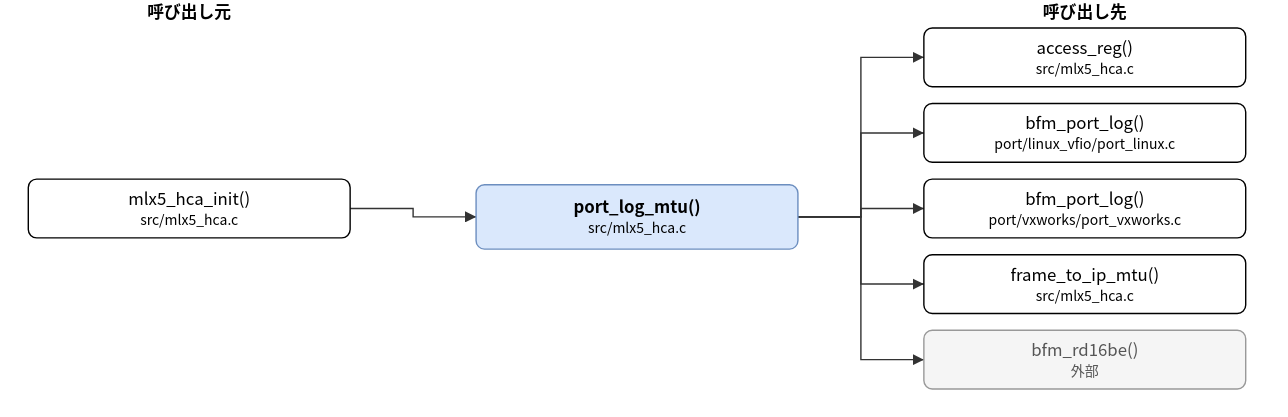
The draw.io diagram doc/spec/images/call_src_mlx5_hca-port_log_mtu.drawio.svg in hf355051012-ai/bfmem, before a commit. Source tidied: cells renumbered, new cells last; positions are measured from the earlier drawing's top-left corner, leaving out a move shared by most shapes. Source of this version:
```xml
<mxGraphModel>
  <root>
    <mxCell id="0" />
    <mxCell id="1" parent="0" />
    <mxCell id="2" value="port_log_mtu()&lt;br&gt;&lt;font style=&quot;font-size:10px&quot;&gt;src/mlx5_hca.c&lt;/font&gt;" style="rounded=1;whiteSpace=wrap;html=1;fillColor=#dae8fc;strokeColor=#6c8ebf;fontStyle=1;" parent="1" vertex="1">
      <mxGeometry x="320" y="132" width="230" height="46" as="geometry" />
    </mxCell>
    <mxCell id="3" value="mlx5_hca_init()&lt;br&gt;&lt;font style=&quot;font-size:10px&quot;&gt;src/mlx5_hca.c&lt;/font&gt;" style="rounded=1;whiteSpace=wrap;html=1;" parent="1" vertex="1">
      <mxGeometry y="128" width="230" height="42" as="geometry" />
    </mxCell>
    <mxCell id="4" value="access_reg()&lt;br&gt;&lt;font style=&quot;font-size:10px&quot;&gt;src/mlx5_hca.c&lt;/font&gt;" style="rounded=1;whiteSpace=wrap;html=1;" parent="1" vertex="1">
      <mxGeometry x="640" y="20" width="230" height="42" as="geometry" />
    </mxCell>
    <mxCell id="5" value="bfm_port_log()&lt;br&gt;&lt;font style=&quot;font-size:10px&quot;&gt;port/linux_vfio/port_linux.c&lt;/font&gt;" style="rounded=1;whiteSpace=wrap;html=1;" parent="1" vertex="1">
      <mxGeometry x="640" y="74" width="230" height="42" as="geometry" />
    </mxCell>
    <mxCell id="6" value="bfm_port_log()&lt;br&gt;&lt;font style=&quot;font-size:10px&quot;&gt;port/vxworks/port_vxworks.c&lt;/font&gt;" style="rounded=1;whiteSpace=wrap;html=1;" parent="1" vertex="1">
      <mxGeometry x="640" y="128" width="230" height="42" as="geometry" />
    </mxCell>
    <mxCell id="7" value="frame_to_ip_mtu()&lt;br&gt;&lt;font style=&quot;font-size:10px&quot;&gt;src/mlx5_hca.c&lt;/font&gt;" style="rounded=1;whiteSpace=wrap;html=1;" parent="1" vertex="1">
      <mxGeometry x="640" y="182" width="230" height="42" as="geometry" />
    </mxCell>
    <mxCell id="8" value="bfm_rd16be()&lt;br&gt;&lt;font style=&quot;font-size:10px&quot;&gt;外部&lt;/font&gt;" style="rounded=1;whiteSpace=wrap;html=1;fillColor=#f5f5f5;strokeColor=#999999;fontColor=#555555;" parent="1" vertex="1">
      <mxGeometry x="640" y="236" width="230" height="42" as="geometry" />
    </mxCell>
    <mxCell id="9" style="edgeStyle=none;html=1;rounded=0;endArrow=block;endFill=1;exitX=1.0000;exitY=0.5000;exitDx=0;exitDy=0;exitPerimeter=0;entryX=0.0000;entryY=0.5000;entryDx=0;entryDy=0;entryPerimeter=0;" parent="1" edge="1" source="3" target="2">
      <mxGeometry relative="1" as="geometry">
        <Array as="points">
          <mxPoint x="275" y="149" />
          <mxPoint x="275" y="155" />
        </Array>
      </mxGeometry>
    </mxCell>
    <mxCell id="10" style="edgeStyle=none;html=1;rounded=0;endArrow=block;endFill=1;exitX=1.0000;exitY=0.5000;exitDx=0;exitDy=0;exitPerimeter=0;entryX=0.0000;entryY=0.5000;entryDx=0;entryDy=0;entryPerimeter=0;" parent="1" edge="1" source="2" target="4">
      <mxGeometry relative="1" as="geometry">
        <Array as="points">
          <mxPoint x="595" y="155" />
          <mxPoint x="595" y="41" />
        </Array>
      </mxGeometry>
    </mxCell>
    <mxCell id="11" style="edgeStyle=none;html=1;rounded=0;endArrow=block;endFill=1;exitX=1.0000;exitY=0.5000;exitDx=0;exitDy=0;exitPerimeter=0;entryX=0.0000;entryY=0.5000;entryDx=0;entryDy=0;entryPerimeter=0;" parent="1" edge="1" source="2" target="5">
      <mxGeometry relative="1" as="geometry">
        <Array as="points">
          <mxPoint x="595" y="155" />
          <mxPoint x="595" y="95" />
        </Array>
      </mxGeometry>
    </mxCell>
    <mxCell id="12" style="edgeStyle=none;html=1;rounded=0;endArrow=block;endFill=1;exitX=1.0000;exitY=0.5000;exitDx=0;exitDy=0;exitPerimeter=0;entryX=0.0000;entryY=0.5000;entryDx=0;entryDy=0;entryPerimeter=0;" parent="1" edge="1" source="2" target="6">
      <mxGeometry relative="1" as="geometry">
        <Array as="points">
          <mxPoint x="595" y="155" />
          <mxPoint x="595" y="149" />
        </Array>
      </mxGeometry>
    </mxCell>
    <mxCell id="13" style="edgeStyle=none;html=1;rounded=0;endArrow=block;endFill=1;exitX=1.0000;exitY=0.5000;exitDx=0;exitDy=0;exitPerimeter=0;entryX=0.0000;entryY=0.5000;entryDx=0;entryDy=0;entryPerimeter=0;" parent="1" edge="1" source="2" target="7">
      <mxGeometry relative="1" as="geometry">
        <Array as="points">
          <mxPoint x="595" y="155" />
          <mxPoint x="595" y="203" />
        </Array>
      </mxGeometry>
    </mxCell>
    <mxCell id="14" style="edgeStyle=none;html=1;rounded=0;endArrow=block;endFill=1;exitX=1.0000;exitY=0.5000;exitDx=0;exitDy=0;exitPerimeter=0;entryX=0.0000;entryY=0.5000;entryDx=0;entryDy=0;entryPerimeter=0;" parent="1" edge="1" source="2" target="8">
      <mxGeometry relative="1" as="geometry">
        <Array as="points">
          <mxPoint x="595" y="155" />
          <mxPoint x="595" y="257" />
        </Array>
      </mxGeometry>
    </mxCell>
    <mxCell id="15" value="呼び出し元" style="text;html=1;align=center;fontStyle=1;" parent="1" vertex="1">
      <mxGeometry x="35" width="160" height="18" as="geometry" />
    </mxCell>
    <mxCell id="16" value="呼び出し先" style="text;html=1;align=center;fontStyle=1;" parent="1" vertex="1">
      <mxGeometry x="675" width="160" height="18" as="geometry" />
    </mxCell>
  </root>
</mxGraphModel>
```
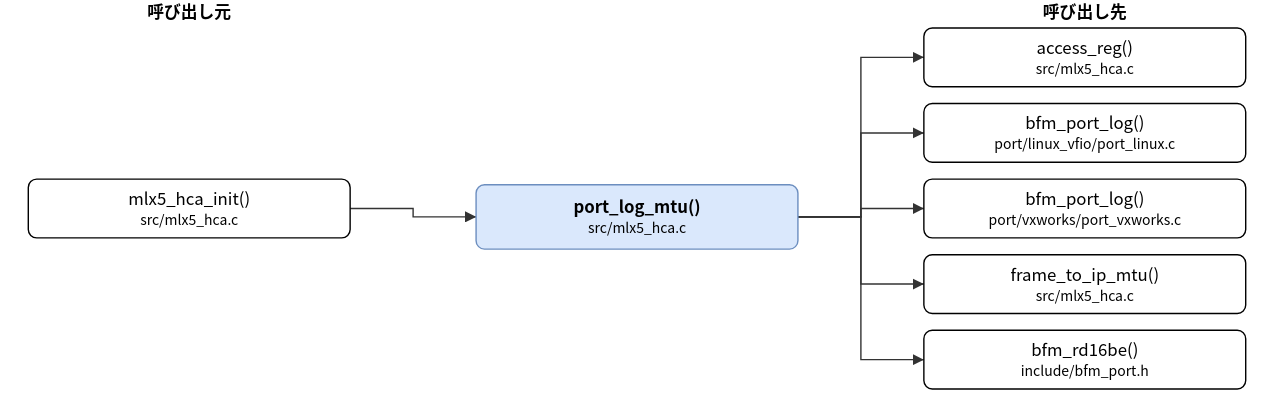
Later version of the same file.

Change to the diagram source:
```diff
@@ -20,7 +20,7 @@
     <mxCell id="7" value="frame_to_ip_mtu()&lt;br&gt;&lt;font style=&quot;font-size:10px&quot;&gt;src/mlx5_hca.c&lt;/font&gt;" style="rounded=1;whiteSpace=wrap;html=1;" parent="1" vertex="1">
       <mxGeometry x="640" y="182" width="230" height="42" as="geometry" />
     </mxCell>
-    <mxCell id="8" value="bfm_rd16be()&lt;br&gt;&lt;font style=&quot;font-size:10px&quot;&gt;外部&lt;/font&gt;" style="rounded=1;whiteSpace=wrap;html=1;fillColor=#f5f5f5;strokeColor=#999999;fontColor=#555555;" parent="1" vertex="1">
+    <mxCell id="8" value="bfm_rd16be()&lt;br&gt;&lt;font style=&quot;font-size:10px&quot;&gt;include/bfm_port.h&lt;/font&gt;" style="rounded=1;whiteSpace=wrap;html=1;" parent="1" vertex="1">
       <mxGeometry x="640" y="236" width="230" height="42" as="geometry" />
     </mxCell>
     <mxCell id="9" style="edgeStyle=none;html=1;rounded=0;endArrow=block;endFill=1;exitX=1.0000;exitY=0.5000;exitDx=0;exitDy=0;exitPerimeter=0;entryX=0.0000;entryY=0.5000;entryDx=0;entryDy=0;entryPerimeter=0;" parent="1" edge="1" source="3" target="2">
```
